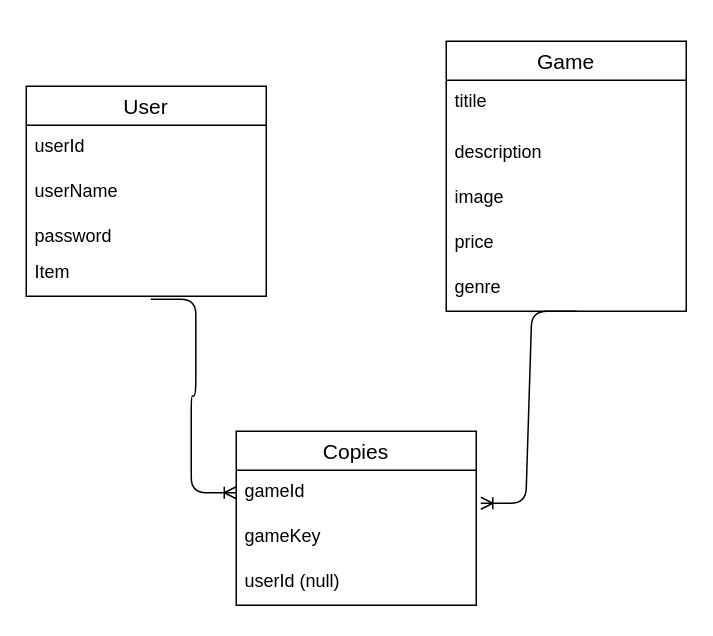
Earlier version of the draw.io diagram schema.drawio (ArtyomHloba/gamestore). Source tidied: cells renumbered, new cells numbered last; positions are measured from the earlier drawing's top-left corner, leaving out a move shared by most shapes. Both pictures are drawn from the tidied source at 150%, with x=0, y=0 at pixel (26, 40).
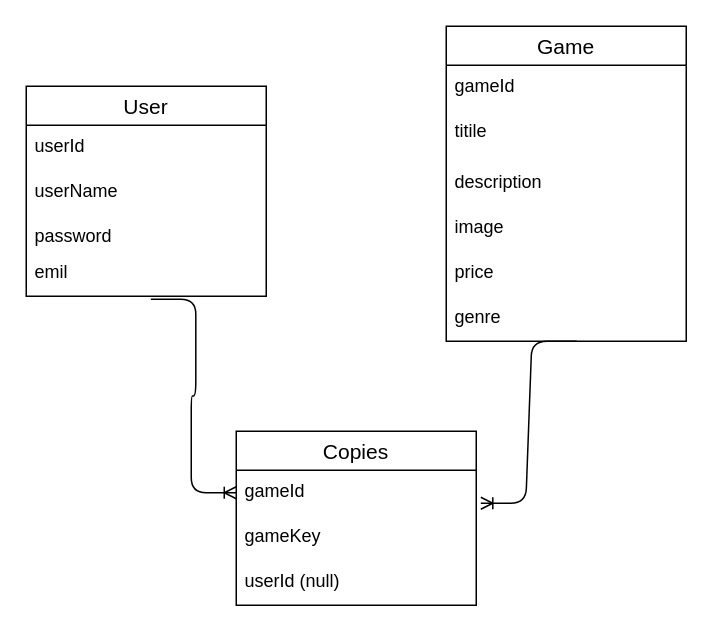
Above is the later version.

The change refers to these unchanged cells:
```xml
<mxCell id="2" value="User" style="swimlane;fontStyle=0;horizontal=1;startSize=26;align=center;fontSize=14;" parent="1" vertex="1">
  <mxGeometry y="30" width="160" height="140" as="geometry" />
</mxCell>
```

Change to the diagram source:
```diff
@@
-    <mxCell id="6" value="Item" style="text;strokeColor=none;fillColor=none;spacingLeft=4;spacingRight=4;overflow=hidden;points=[[0,0.5],[1,0.5]];portConstraint=eastwest;fontSize=12;whiteSpace=wrap;html=1;" parent="2" vertex="1">
+    <mxCell id="6" value="emil&lt;div&gt;&lt;br&gt;&lt;/div&gt;" style="text;strokeColor=none;fillColor=none;spacingLeft=4;spacingRight=4;overflow=hidden;points=[[0,0.5],[1,0.5]];portConstraint=eastwest;fontSize=12;whiteSpace=wrap;html=1;" parent="2" vertex="1">
       <mxGeometry y="110" width="160" height="30" as="geometry" />
     </mxCell>
     <mxCell id="7" value="Game" style="swimlane;fontStyle=0;horizontal=1;startSize=26;align=center;fontSize=14;" parent="1" vertex="1">
-      <mxGeometry x="280" width="160" height="180" as="geometry" />
+      <mxGeometry x="280" y="-10" width="160" height="210" as="geometry" />
     </mxCell>
+    <mxCell id="19" value="gameId&lt;div&gt;&lt;br&gt;&lt;/div&gt;" style="text;strokeColor=none;fillColor=none;spacingLeft=4;spacingRight=4;overflow=hidden;fontSize=12;whiteSpace=wrap;html=1;" parent="7" vertex="1">
+      <mxGeometry y="26" width="160" height="30" as="geometry" />
+    </mxCell>
     <mxCell id="8" value="titile" style="text;strokeColor=none;fillColor=none;spacingLeft=4;spacingRight=4;overflow=hidden;fontSize=12;whiteSpace=wrap;html=1;" parent="7" vertex="1">
-      <mxGeometry y="26" width="160" height="34" as="geometry" />
+      <mxGeometry y="56" width="160" height="34" as="geometry" />
     </mxCell>
     <mxCell id="9" value="description&lt;div&gt;&lt;br&gt;&lt;/div&gt;" style="text;strokeColor=none;fillColor=none;spacingLeft=4;spacingRight=4;overflow=hidden;fontSize=12;whiteSpace=wrap;html=1;" parent="7" vertex="1">
-      <mxGeometry y="60" width="160" height="30" as="geometry" />
+      <mxGeometry y="90" width="160" height="30" as="geometry" />
     </mxCell>
     <mxCell id="10" value="image" style="text;strokeColor=none;fillColor=none;spacingLeft=4;spacingRight=4;overflow=hidden;fontSize=12;whiteSpace=wrap;html=1;" parent="7" vertex="1">
-      <mxGeometry y="90" width="160" height="30" as="geometry" />
+      <mxGeometry y="120" width="160" height="30" as="geometry" />
     </mxCell>
     <mxCell id="11" value="price&lt;div&gt;&lt;br&gt;&lt;/div&gt;" style="text;strokeColor=none;fillColor=none;spacingLeft=4;spacingRight=4;overflow=hidden;fontSize=12;whiteSpace=wrap;html=1;" parent="7" vertex="1">
-      <mxGeometry y="120" width="160" height="30" as="geometry" />
+      <mxGeometry y="150" width="160" height="30" as="geometry" />
     </mxCell>
     <mxCell id="12" value="genre" style="text;strokeColor=none;fillColor=none;spacingLeft=4;spacingRight=4;overflow=hidden;points=[[0,0.5],[1,0.5]];portConstraint=eastwest;fontSize=12;whiteSpace=wrap;html=1;" parent="7" vertex="1">
-      <mxGeometry y="150" width="160" height="30" as="geometry" />
+      <mxGeometry y="180" width="160" height="30" as="geometry" />
     </mxCell>
```
